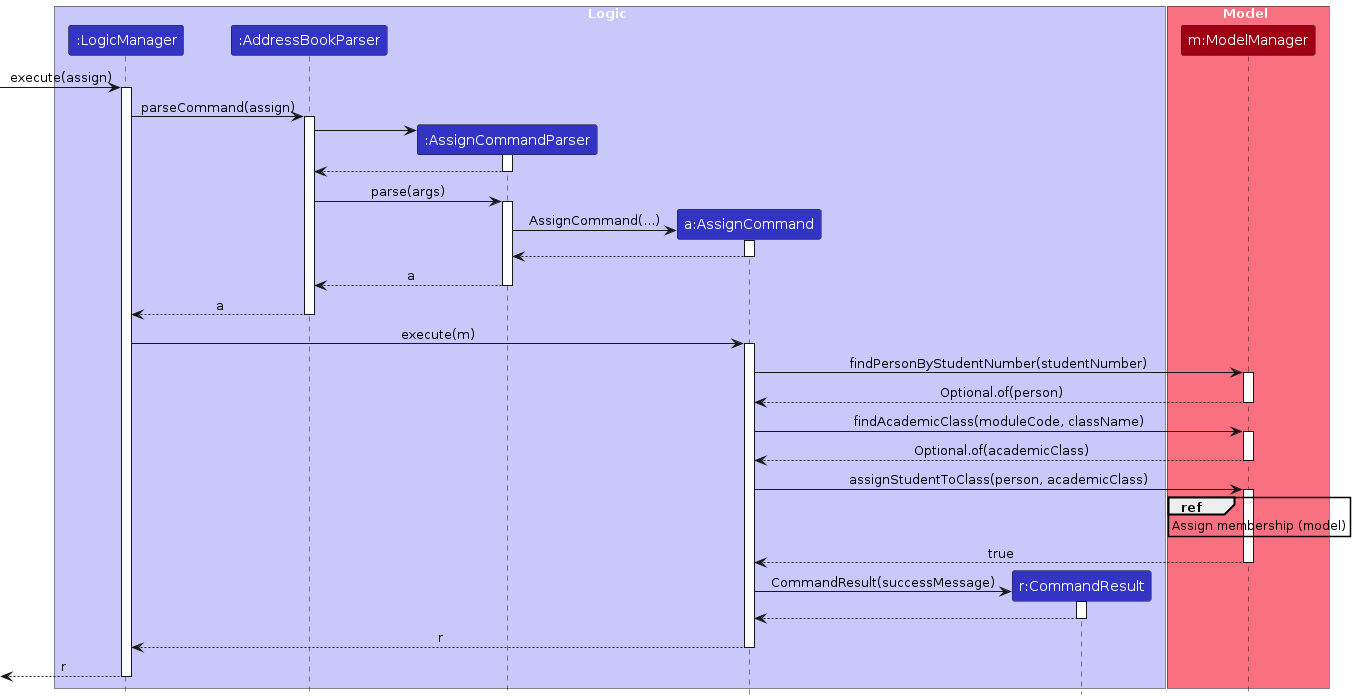
Above: diagrams/AssignSequenceDiagram.png in AY2627S1-CS2103-F10-2/tp (PlantUML), before the change. Its source is kept beside it as diagrams/AssignSequenceDiagram.puml.
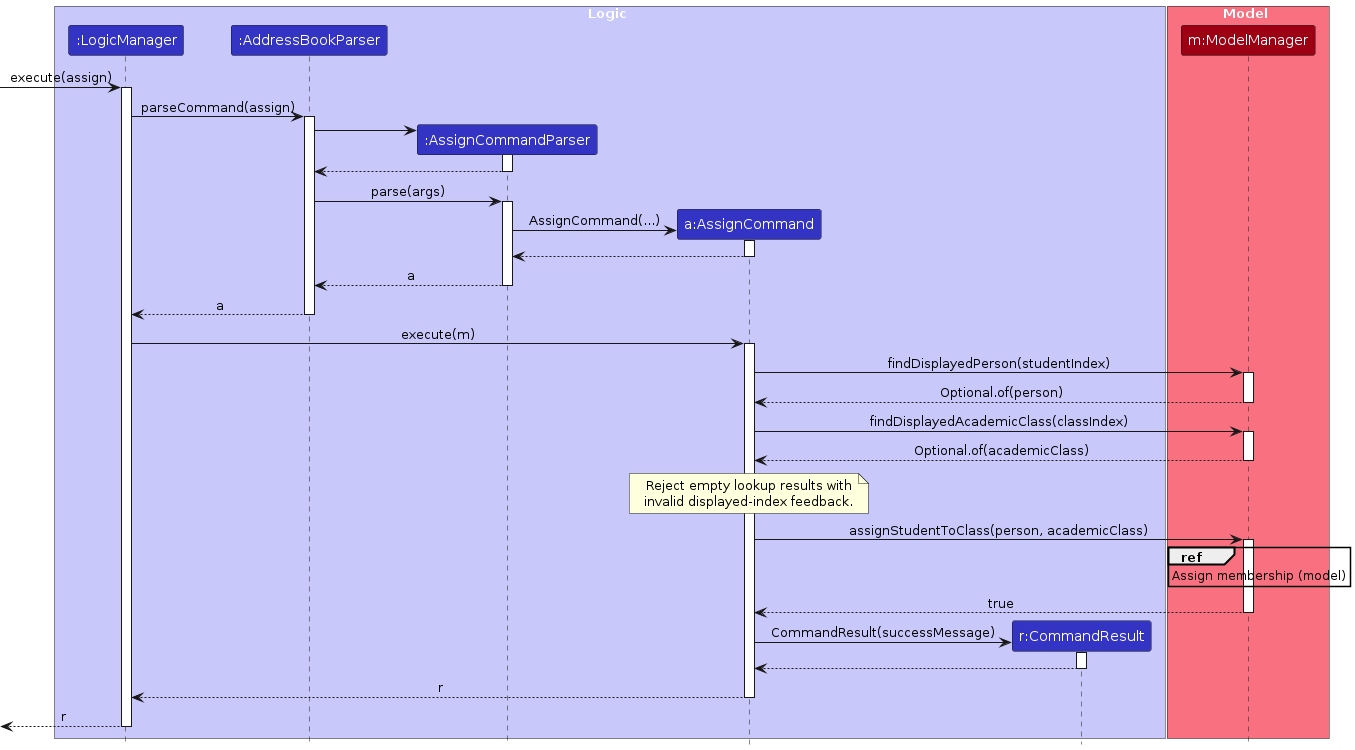
Above is the later version.

What changed in the source:
```diff
@@ -43,15 +43,20 @@
 LogicManager -> AssignCommand : execute(m)
 activate AssignCommand
 
-AssignCommand -> Model : findPersonByStudentNumber(studentNumber)
+AssignCommand -> Model : findDisplayedPerson(studentIndex)
 activate Model
 Model --> AssignCommand : Optional.of(person)
 deactivate Model
 
-AssignCommand -> Model : findAcademicClass(moduleCode, className)
+AssignCommand -> Model : findDisplayedAcademicClass(classIndex)
 activate Model
 Model --> AssignCommand : Optional.of(academicClass)
 deactivate Model
+
+note over AssignCommand
+Reject empty lookup results with
+invalid displayed-index feedback.
+end note
 
 AssignCommand -> Model : assignStudentToClass(person, academicClass)
 activate Model
```
